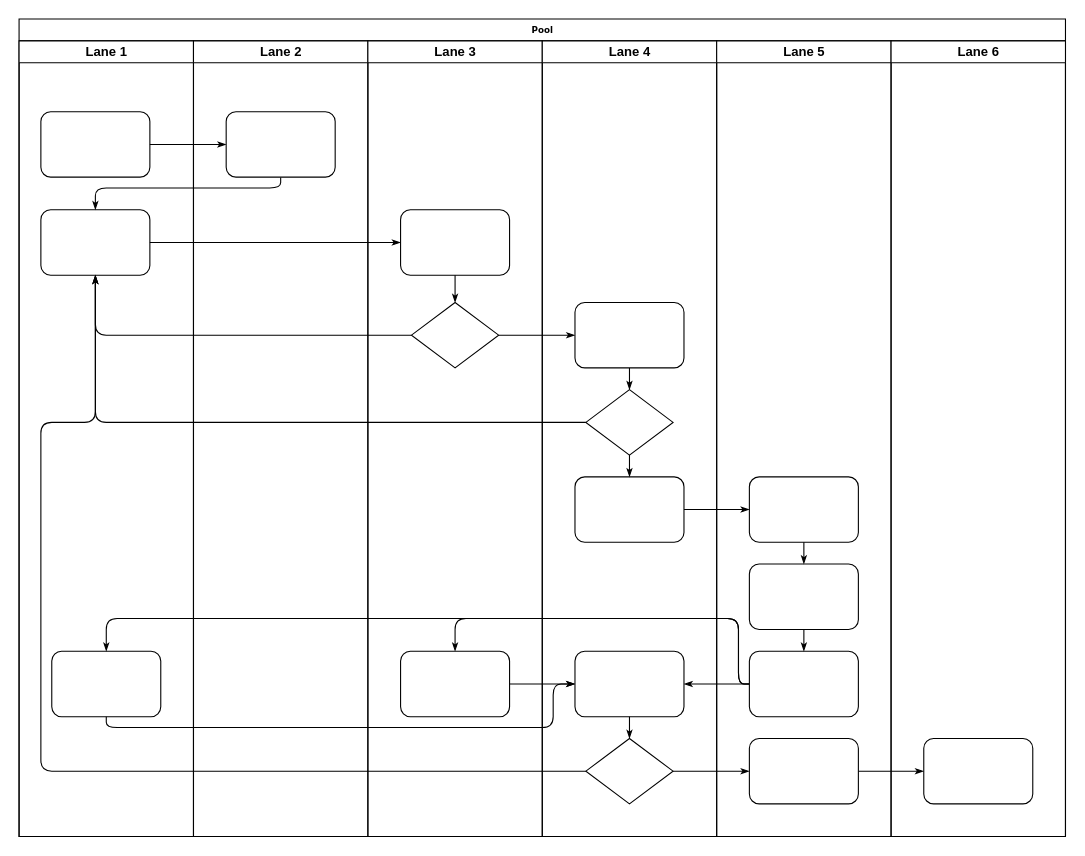
Earlier version of the draw.io diagram Untitled Diagram.drawio (pandabajie/cloudimg). Source tidied: cells renumbered, new cells numbered last; positions are measured from the earlier drawing's top-left corner, leaving out a move shared by most shapes. Both pictures are drawn from the tidied source at 109%, with x=0, y=0 at pixel (19, 19).
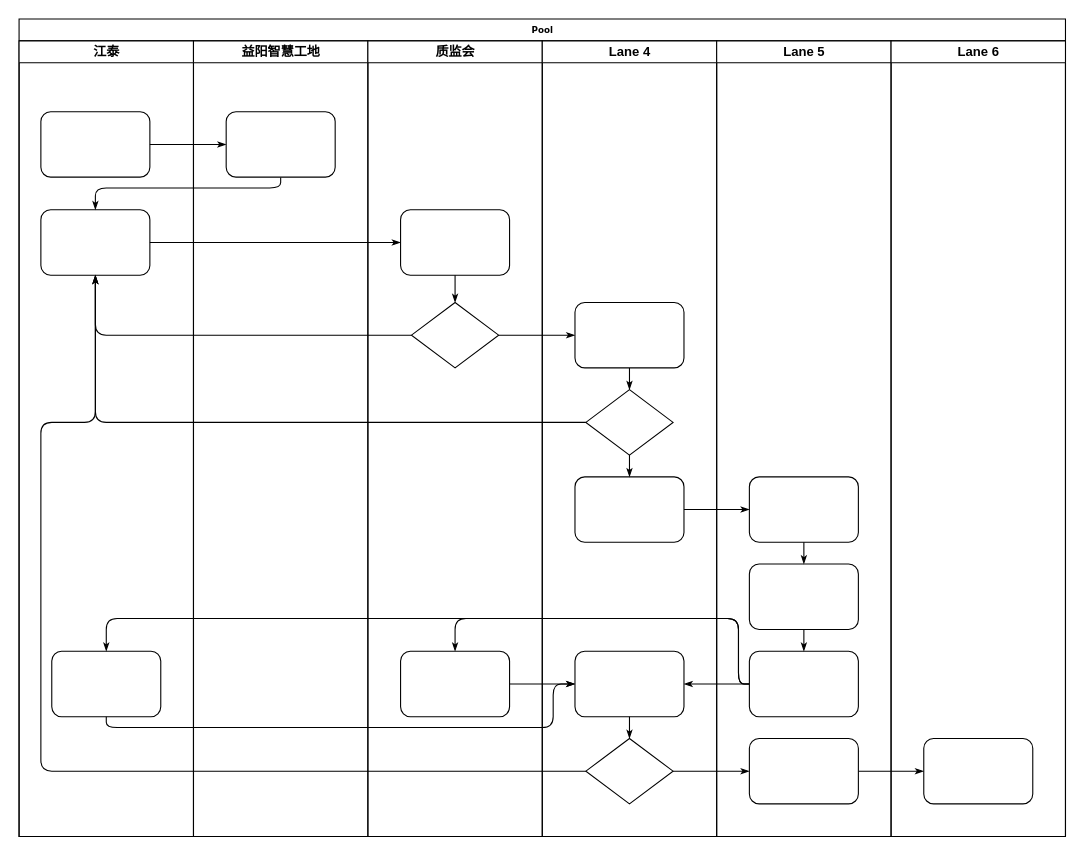
The same diagram, later.

The change refers to these unchanged cells:
```xml
<mxCell id="2" value="Pool" style="swimlane;html=1;startSize=20;rounded=0;shadow=0;labelBackgroundColor=none;strokeWidth=1;fontFamily=Verdana;fontSize=8;align=center;" parent="1" vertex="1">
  <mxGeometry width="960" height="750" as="geometry" />
</mxCell>
```

Diff of the diagram source:
```diff
@@
-    <mxCell id="3" value="Lane 1" style="swimlane;html=1;startSize=20;" parent="2" vertex="1">
+    <mxCell id="3" value="江泰" style="swimlane;html=1;startSize=20;" parent="2" vertex="1">
       <mxGeometry y="20" width="160" height="730" as="geometry" />
     </mxCell>
@@
-    <mxCell id="22" value="Lane 2" style="swimlane;html=1;startSize=20;" parent="2" vertex="1">
+    <mxCell id="22" value="益阳智慧工地" style="swimlane;html=1;startSize=20;" parent="2" vertex="1">
       <mxGeometry x="160" y="20" width="160" height="730" as="geometry" />
     </mxCell>
@@
-    <mxCell id="24" value="Lane 3" style="swimlane;html=1;startSize=20;" parent="2" vertex="1">
+    <mxCell id="24" value="质监会" style="swimlane;html=1;startSize=20;" parent="2" vertex="1">
       <mxGeometry x="320" y="20" width="160" height="730" as="geometry" />
     </mxCell>
```
